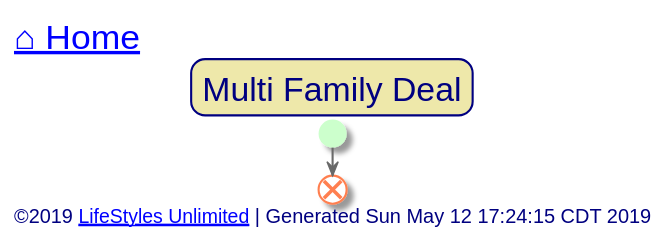
This is out/src/multi-family/multi-family-deal.svg from toddmo/lifestylesunlimited, a PlantUML export, as it was before one commit.
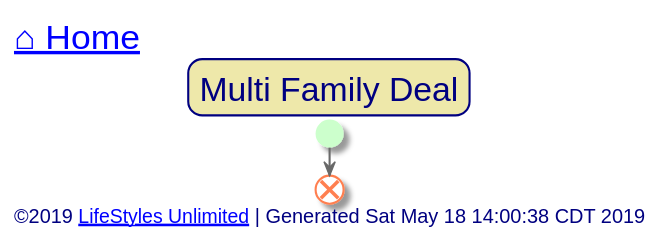
Later version of the same file.

Change to the diagram source:
```diff
@@ -87,7 +87,7 @@
 
 
 left footer
-	<font size=14>©2019 [[http://www.lifestylesunlimited.com LifeStyles Unlimited]] | Generated Sun May 12 17:24:15 CDT 2019</font>
+	<font size=14>©2019 [[http://www.lifestylesunlimited.com LifeStyles Unlimited]] | Generated Sat May 18 14:00:38 CDT 2019</font>
 endfooter
 
 
```
